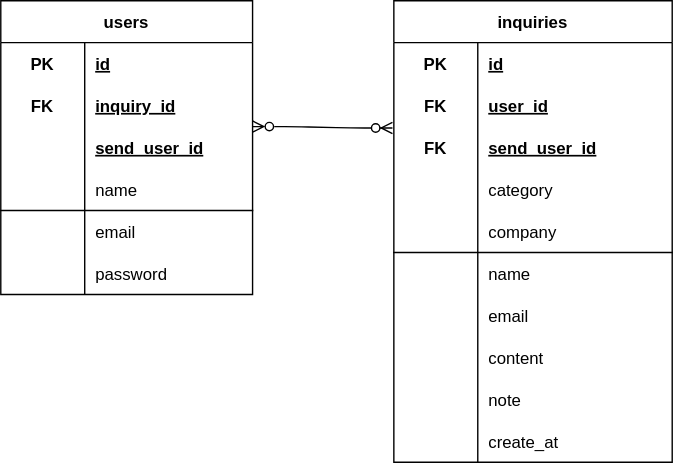
Earlier version of the draw.io export ER.drawio.svg (uchida1010/mail-sending-system). Source tidied: cells renumbered, new cells last; positions are measured from the earlier drawing's top-left corner, leaving out a move shared by most shapes.
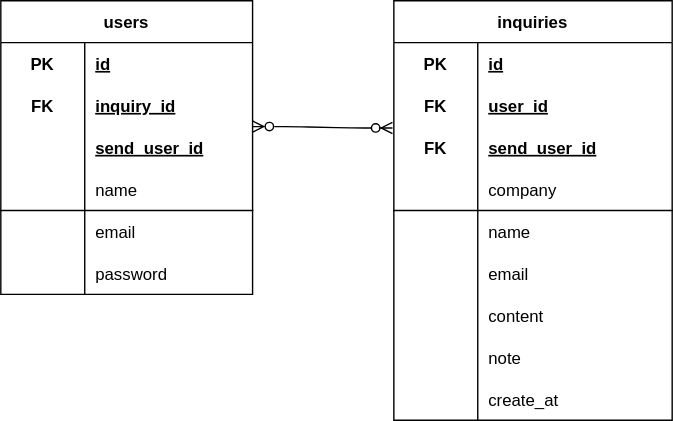
Later version of the same file.

Diff of the diagram source:
```diff
@@ -66,7 +66,7 @@
       </mxGeometry>
     </mxCell>
     <mxCell id="22" value="inquiries" style="shape=table;startSize=30;rowLines=0;fontStyle=1;align=center;" parent="1" vertex="1">
-      <mxGeometry x="281" width="199" height="330" as="geometry" />
+      <mxGeometry x="281" width="199" height="300" as="geometry" />
     </mxCell>
     <mxCell id="23" style="shape=tableRow;horizontal=0;startSize=0;swimlaneHead=0;swimlaneBody=0;fillColor=none;top=0;left=0;right=0;bottom=0;" parent="22" vertex="1">
       <mxGeometry y="30" width="199" height="30" as="geometry" />
@@ -95,17 +95,8 @@
     <mxCell id="31" value="send_user_id" style="shape=partialRectangle;fillColor=none;top=0;left=0;bottom=0;right=0;align=left;spacingLeft=6;fontStyle=5;overflow=hidden;" parent="29" vertex="1">
       <mxGeometry x="60" width="139" height="30" as="geometry" />
     </mxCell>
-    <mxCell id="32" style="shape=tableRow;horizontal=0;startSize=0;swimlaneHead=0;swimlaneBody=0;fillColor=none;top=0;left=0;right=0;bottom=0;" parent="22" vertex="1">
-      <mxGeometry y="120" width="199" height="30" as="geometry" />
-    </mxCell>
-    <mxCell id="33" style="shape=partialRectangle;fillColor=none;top=0;left=0;bottom=0;right=0;fontStyle=1;overflow=hidden;" parent="32" vertex="1">
-      <mxGeometry width="60" height="30" as="geometry" />
-    </mxCell>
-    <mxCell id="34" value="category" style="shape=partialRectangle;fillColor=none;top=0;left=0;bottom=0;right=0;align=left;spacingLeft=6;fontStyle=0;overflow=hidden;" parent="32" vertex="1">
-      <mxGeometry x="60" width="139" height="30" as="geometry" />
-    </mxCell>
     <mxCell id="35" style="shape=tableRow;horizontal=0;startSize=0;swimlaneHead=0;swimlaneBody=0;fillColor=none;top=0;left=0;right=0;bottom=1;" parent="22" vertex="1">
-      <mxGeometry y="150" width="199" height="30" as="geometry" />
+      <mxGeometry y="120" width="199" height="30" as="geometry" />
     </mxCell>
     <mxCell id="36" style="shape=partialRectangle;fillColor=none;top=0;left=0;bottom=0;right=0;fontStyle=1;overflow=hidden;fontColor=default;" parent="35" vertex="1">
       <mxGeometry width="60" height="30" as="geometry" />
@@ -114,7 +105,7 @@
       <mxGeometry x="60" width="139" height="30" as="geometry" />
     </mxCell>
     <mxCell id="38" style="shape=tableRow;horizontal=0;startSize=0;swimlaneHead=0;swimlaneBody=0;fillColor=none;top=0;left=0;right=0;bottom=0;" parent="22" vertex="1">
-      <mxGeometry y="180" width="199" height="30" as="geometry" />
+      <mxGeometry y="150" width="199" height="30" as="geometry" />
     </mxCell>
     <mxCell id="39" style="shape=partialRectangle;fillColor=none;top=0;left=0;bottom=0;right=0;overflow=hidden;" parent="38" vertex="1">
       <mxGeometry width="60" height="30" as="geometry" />
@@ -123,7 +114,7 @@
       <mxGeometry x="60" width="139" height="30" as="geometry" />
     </mxCell>
     <mxCell id="41" style="shape=tableRow;horizontal=0;startSize=0;swimlaneHead=0;swimlaneBody=0;fillColor=none;top=0;left=0;right=0;bottom=0;" parent="22" vertex="1">
-      <mxGeometry y="210" width="199" height="30" as="geometry" />
+      <mxGeometry y="180" width="199" height="30" as="geometry" />
     </mxCell>
     <mxCell id="42" style="shape=partialRectangle;fillColor=none;top=0;left=0;bottom=0;right=0;overflow=hidden;" parent="41" vertex="1">
       <mxGeometry width="60" height="30" as="geometry" />
@@ -132,7 +123,7 @@
       <mxGeometry x="60" width="139" height="30" as="geometry" />
     </mxCell>
     <mxCell id="44" style="shape=tableRow;horizontal=0;startSize=0;swimlaneHead=0;swimlaneBody=0;fillColor=none;top=0;left=0;right=0;bottom=0;" parent="22" vertex="1">
-      <mxGeometry y="240" width="199" height="30" as="geometry" />
+      <mxGeometry y="210" width="199" height="30" as="geometry" />
     </mxCell>
     <mxCell id="45" style="shape=partialRectangle;fillColor=none;top=0;left=0;bottom=0;right=0;overflow=hidden;" parent="44" vertex="1">
       <mxGeometry width="60" height="30" as="geometry" />
@@ -141,7 +132,7 @@
       <mxGeometry x="60" width="139" height="30" as="geometry" />
     </mxCell>
     <mxCell id="47" style="shape=tableRow;horizontal=0;startSize=0;swimlaneHead=0;swimlaneBody=0;fillColor=none;top=0;left=0;right=0;bottom=0;" parent="22" vertex="1">
-      <mxGeometry y="270" width="199" height="30" as="geometry" />
+      <mxGeometry y="240" width="199" height="30" as="geometry" />
     </mxCell>
     <mxCell id="48" style="shape=partialRectangle;fillColor=none;top=0;left=0;bottom=0;right=0;overflow=hidden;" parent="47" vertex="1">
       <mxGeometry width="60" height="30" as="geometry" />
@@ -150,7 +141,7 @@
       <mxGeometry x="60" width="139" height="30" as="geometry" />
     </mxCell>
     <mxCell id="50" style="shape=tableRow;horizontal=0;startSize=0;swimlaneHead=0;swimlaneBody=0;fillColor=none;top=0;left=0;right=0;bottom=0;" parent="22" vertex="1">
-      <mxGeometry y="300" width="199" height="30" as="geometry" />
+      <mxGeometry y="270" width="199" height="30" as="geometry" />
     </mxCell>
     <mxCell id="51" style="shape=partialRectangle;fillColor=none;top=0;left=0;bottom=0;right=0;overflow=hidden;" parent="50" vertex="1">
       <mxGeometry width="60" height="30" as="geometry" />
```
